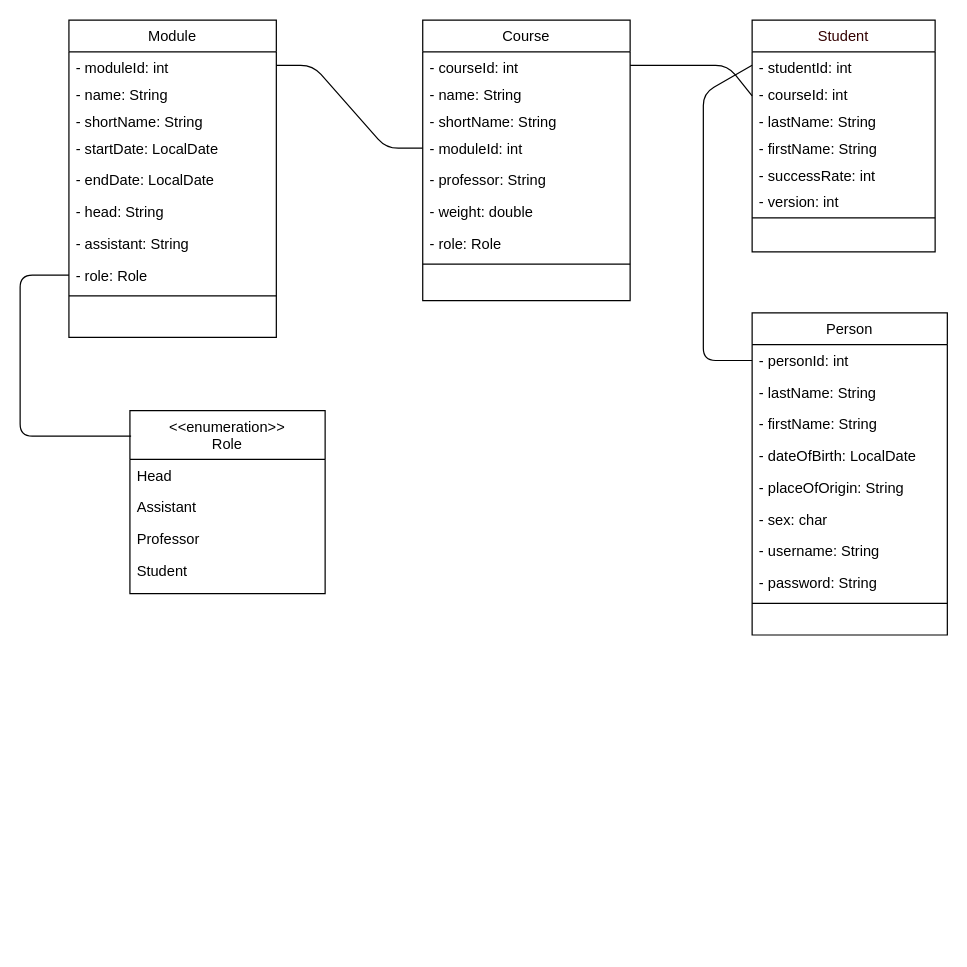
The draw.io diagram page "Business" (1 of 3) of docs/Class.drawio in igorstojanovic91/bfh_equals, before the edit. Source tidied: cells renumbered, new cells numbered last; positions are measured from the earlier drawing's top-left corner, leaving out a move shared by most shapes. Both pictures are drawn from the tidied source at 122%, with x=0, y=0 at pixel (20, 20).
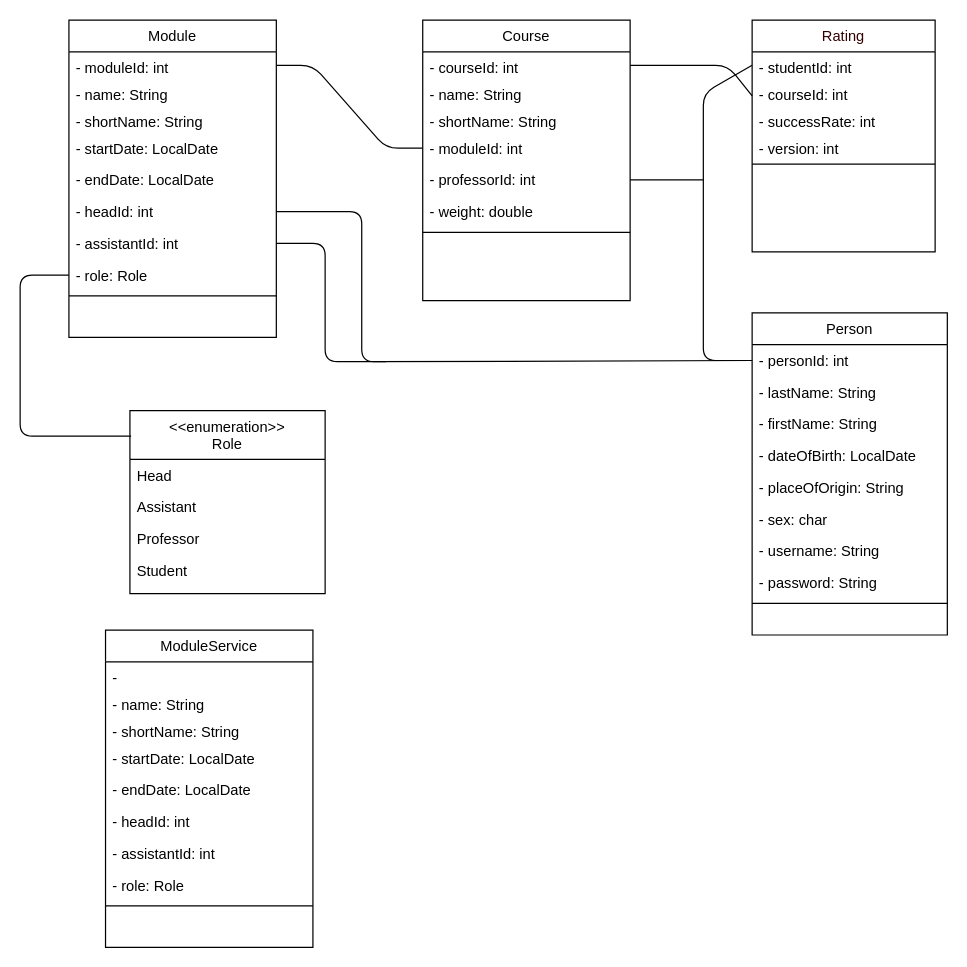
The same diagram, later.

Commit message:
updating class diagram

The change refers to these unchanged cells:
```xml
<mxCell id="3" value="- personId: int" style="text;align=left;verticalAlign=top;spacingLeft=4;spacingRight=4;overflow=hidden;points=[[0,0.5],[1,0.5]];portConstraint=eastwest;" parent="2" vertex="1">
  <mxGeometry y="26" width="160" height="26" as="geometry" />
</mxCell>
<mxCell id="12" value="Module" style="swimlane;fontStyle=0;align=center;verticalAlign=top;horizontal=1;startSize=26;rounded=0;shadow=0;strokeWidth=1;" parent="1" vertex="1">
  <mxGeometry x="40" width="170" height="260" as="geometry" />
</mxCell>
<mxCell id="27" value="Course" style="swimlane;fontStyle=0;align=center;verticalAlign=top;horizontal=1;startSize=26;rounded=0;shadow=0;strokeWidth=1;" parent="1" vertex="1">
  <mxGeometry x="330" width="170" height="230" as="geometry" />
</mxCell>
```

What changed in the source:
```diff
@@
-    <mxCell id="18" value="- head: String" style="text;align=left;verticalAlign=top;spacingLeft=4;spacingRight=4;overflow=hidden;points=[[0,0.5],[1,0.5]];portConstraint=eastwest;rounded=0;shadow=0;html=0;" parent="12" vertex="1">
+    <mxCell id="18" value="- headId: int" style="text;align=left;verticalAlign=top;spacingLeft=4;spacingRight=4;overflow=hidden;points=[[0,0.5],[1,0.5]];portConstraint=eastwest;rounded=0;shadow=0;html=0;" parent="12" vertex="1">
       <mxGeometry y="144" width="170" height="26" as="geometry" />
     </mxCell>
-    <mxCell id="19" value="- assistant: String" style="text;align=left;verticalAlign=top;spacingLeft=4;spacingRight=4;overflow=hidden;points=[[0,0.5],[1,0.5]];portConstraint=eastwest;rounded=0;shadow=0;html=0;" parent="12" vertex="1">
+    <mxCell id="19" value="- assistantId: int" style="text;align=left;verticalAlign=top;spacingLeft=4;spacingRight=4;overflow=hidden;points=[[0,0.5],[1,0.5]];portConstraint=eastwest;rounded=0;shadow=0;html=0;" parent="12" vertex="1">
       <mxGeometry y="170" width="170" height="26" as="geometry" />
     </mxCell>
@@
-    <mxCell id="32" value="- professor: String" style="text;align=left;verticalAlign=top;spacingLeft=4;spacingRight=4;overflow=hidden;points=[[0,0.5],[1,0.5]];portConstraint=eastwest;rounded=0;shadow=0;html=0;" parent="27" vertex="1">
+    <mxCell id="32" value="- professorId: int" style="text;align=left;verticalAlign=top;spacingLeft=4;spacingRight=4;overflow=hidden;points=[[0,0.5],[1,0.5]];portConstraint=eastwest;rounded=0;shadow=0;html=0;" parent="27" vertex="1">
       <mxGeometry y="118" width="170" height="26" as="geometry" />
     </mxCell>
@@
-    <mxCell id="34" value="- role: Role" style="text;align=left;verticalAlign=top;spacingLeft=4;spacingRight=4;overflow=hidden;rounded=0;shadow=0;html=0;" parent="27" vertex="1">
-      <mxGeometry y="170" width="170" height="26" as="geometry" />
-    </mxCell>
     <mxCell id="35" style="line;html=1;strokeWidth=1;align=left;verticalAlign=middle;spacingTop=-1;spacingLeft=3;spacingRight=3;labelPosition=right;" parent="27" vertex="1">
-      <mxGeometry y="196" width="170" height="8" as="geometry" />
+      <mxGeometry y="170" width="170" height="8" as="geometry" />
     </mxCell>
@@
-    <mxCell id="39" value="Student" style="swimlane;fontStyle=0;align=center;verticalAlign=top;horizontal=1;startSize=26;rounded=0;shadow=0;strokeWidth=1;fontColor=#330000;" parent="1" vertex="1">
+    <mxCell id="39" value="Rating" style="swimlane;fontStyle=0;align=center;verticalAlign=top;horizontal=1;startSize=26;rounded=0;shadow=0;strokeWidth=1;fontColor=#330000;" parent="1" vertex="1">
       <mxGeometry x="600" width="150" height="190" as="geometry" />
     </mxCell>
@@
-    <mxCell id="42" value="- lastName: String" style="text;align=left;verticalAlign=top;spacingLeft=4;spacingRight=4;overflow=hidden;" parent="39" vertex="1">
-      <mxGeometry y="70" width="150" height="22" as="geometry" />
-    </mxCell>
-    <mxCell id="43" value="- firstName: String" style="text;align=left;verticalAlign=top;spacingLeft=4;spacingRight=4;overflow=hidden;" parent="39" vertex="1">
-      <mxGeometry y="92" width="150" height="22" as="geometry" />
-    </mxCell>
     <mxCell id="44" value="- successRate: int" style="text;align=left;verticalAlign=top;spacingLeft=4;spacingRight=4;overflow=hidden;" parent="39" vertex="1">
-      <mxGeometry y="114" width="150" height="22" as="geometry" />
+      <mxGeometry y="70" width="150" height="22" as="geometry" />
     </mxCell>
     <mxCell id="45" value="- version: int" style="text;align=left;verticalAlign=top;spacingLeft=4;spacingRight=4;overflow=hidden;" parent="39" vertex="1">
-      <mxGeometry y="136" width="150" height="22" as="geometry" />
+      <mxGeometry y="92" width="150" height="22" as="geometry" />
     </mxCell>
     <mxCell id="46" style="line;html=1;strokeWidth=1;align=left;verticalAlign=middle;spacingTop=-1;spacingLeft=3;spacingRight=3;labelPosition=right;" parent="39" vertex="1">
-      <mxGeometry y="158" width="150" height="8" as="geometry" />
+      <mxGeometry y="114" width="150" height="8" as="geometry" />
     </mxCell>
@@
+    <mxCell id="48" style="endArrow=none;html=1;entryX=0;entryY=0.5;entryDx=0;entryDy=0;exitX=1;exitY=0.5;exitDx=0;exitDy=0;" parent="1" edge="1" source="18" target="3">
+      <mxGeometry relative="1" as="geometry">
+        <Array as="points">
+          <mxPoint x="280" y="157" />
+          <mxPoint x="280" y="280" />
+        </Array>
+      </mxGeometry>
+    </mxCell>
+    <mxCell id="49" style="endArrow=none;html=1;exitX=1;exitY=0.5;exitDx=0;exitDy=0;" parent="1" edge="1" source="19">
+      <mxGeometry relative="1" as="geometry">
+        <mxPoint x="300" y="280" as="targetPoint" />
+        <Array as="points">
+          <mxPoint x="250" y="183" />
+          <mxPoint x="250" y="280" />
+        </Array>
+      </mxGeometry>
+    </mxCell>
+    <mxCell id="50" style="endArrow=none;html=1;" parent="1" edge="1" source="32">
+      <mxGeometry relative="1" as="geometry">
+        <mxPoint x="560" y="131" as="targetPoint" />
+      </mxGeometry>
+    </mxCell>
+    <mxCell id="51" value="ModuleService" style="swimlane;fontStyle=0;align=center;verticalAlign=top;horizontal=1;startSize=26;rounded=0;shadow=0;strokeWidth=1;" parent="1" vertex="1">
+      <mxGeometry x="70" y="500" width="170" height="260" as="geometry" />
+    </mxCell>
+    <mxCell id="52" value="- " style="text;align=left;verticalAlign=top;spacingLeft=4;spacingRight=4;overflow=hidden;" parent="51" vertex="1">
+      <mxGeometry y="26" width="170" height="22" as="geometry" />
+    </mxCell>
+    <mxCell id="53" value="- name: String" style="text;align=left;verticalAlign=top;spacingLeft=4;spacingRight=4;overflow=hidden;" parent="51" vertex="1">
+      <mxGeometry y="48" width="170" height="22" as="geometry" />
+    </mxCell>
+    <mxCell id="54" value="- shortName: String" style="text;align=left;verticalAlign=top;spacingLeft=4;spacingRight=4;overflow=hidden;" parent="51" vertex="1">
+      <mxGeometry y="70" width="170" height="22" as="geometry" />
+    </mxCell>
+    <mxCell id="55" value="- startDate: LocalDate" style="text;align=left;verticalAlign=top;spacingLeft=4;spacingRight=4;overflow=hidden;rounded=0;shadow=0;html=0;" parent="51" vertex="1">
+      <mxGeometry y="92" width="170" height="26" as="geometry" />
+    </mxCell>
+    <mxCell id="56" value="- endDate: LocalDate" style="text;align=left;verticalAlign=top;spacingLeft=4;spacingRight=4;overflow=hidden;rounded=0;shadow=0;html=0;" parent="51" vertex="1">
+      <mxGeometry y="118" width="170" height="26" as="geometry" />
+    </mxCell>
+    <mxCell id="57" value="- headId: int" style="text;align=left;verticalAlign=top;spacingLeft=4;spacingRight=4;overflow=hidden;rounded=0;shadow=0;html=0;" parent="51" vertex="1">
+      <mxGeometry y="144" width="170" height="26" as="geometry" />
+    </mxCell>
+    <mxCell id="58" value="- assistantId: int" style="text;align=left;verticalAlign=top;spacingLeft=4;spacingRight=4;overflow=hidden;rounded=0;shadow=0;html=0;" parent="51" vertex="1">
+      <mxGeometry y="170" width="170" height="26" as="geometry" />
+    </mxCell>
+    <mxCell id="34" value="- role: Role" style="text;align=left;verticalAlign=top;spacingLeft=4;spacingRight=4;overflow=hidden;rounded=0;shadow=0;html=0;" parent="51" vertex="1">
+      <mxGeometry y="196" width="170" height="26" as="geometry" />
+    </mxCell>
+    <mxCell id="59" style="line;html=1;strokeWidth=1;align=left;verticalAlign=middle;spacingTop=-1;spacingLeft=3;spacingRight=3;labelPosition=right;" parent="51" vertex="1">
+      <mxGeometry y="222" width="170" height="8" as="geometry" />
+    </mxCell>
```
